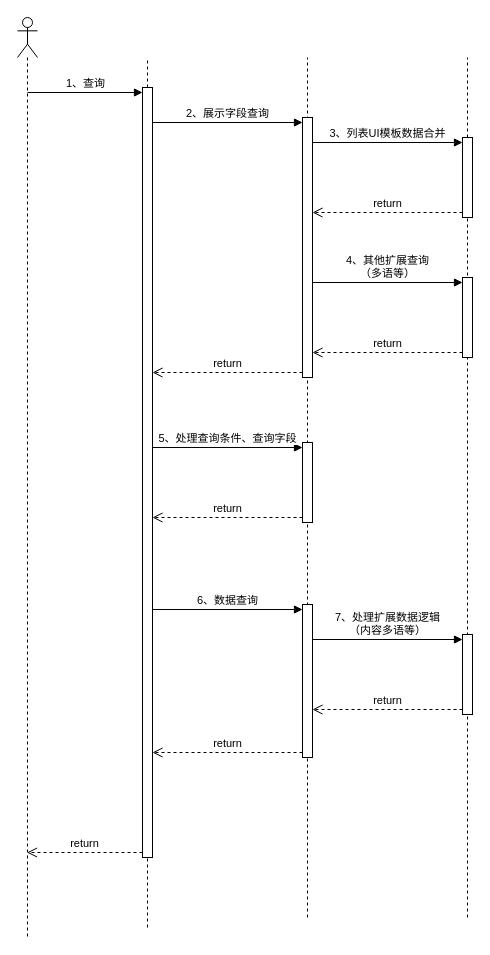
Earlier version of the draw.io diagram 架构图-数据-查询.drawio (Super-YYQ/drawIo). Source tidied: cells renumbered, new cells numbered last; positions are measured from the earlier drawing's top-left corner, leaving out a move shared by most shapes. Both pictures are drawn from the tidied source at 100%, with x=0, y=0 at pixel (17, 17).
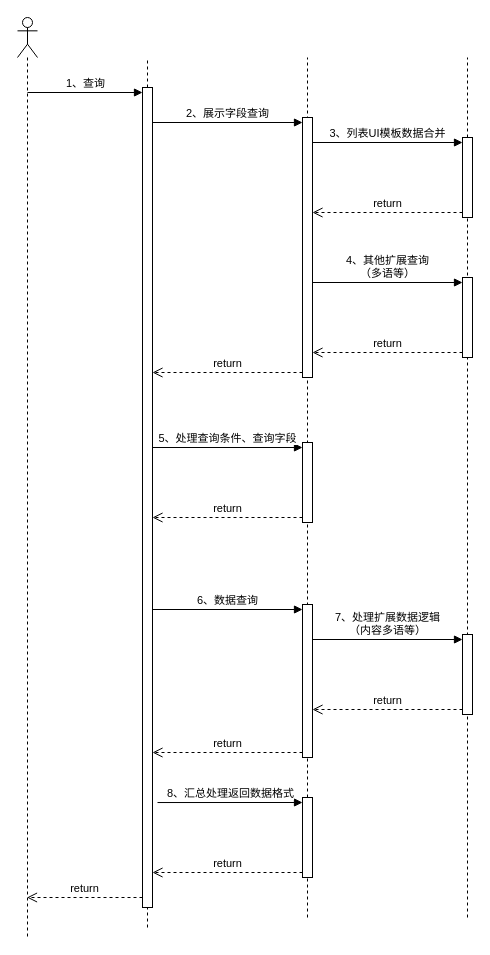
Above is the later version.

Commit message (it also covers changes not shown here):
更新架构图-数据-查询.drawio

Unchanged cells that the change refers to:
```xml
<mxCell id="2" style="shape=umlLifeline;perimeter=lifelinePerimeter;whiteSpace=wrap;html=1;outlineConnect=0;portConstraint=eastwest;newEdgeStyle={&quot;curved&quot;:0,&quot;rounded&quot;:0};participant=umlActor;" parent="1" vertex="1">
  <mxGeometry width="20" height="920" as="geometry" />
</mxCell>
```

What changed in the source:
```diff
@@
     <mxCell id="6" style="html=1;points=[[0,0,0,0,5],[0,1,0,0,-5],[1,0,0,0,5],[1,1,0,0,-5]];perimeter=orthogonalPerimeter;outlineConnect=0;targetShapes=umlLifeline;portConstraint=eastwest;newEdgeStyle={&quot;curved&quot;:0,&quot;rounded&quot;:0};" parent="1" vertex="1">
-      <mxGeometry x="125" y="70" width="10" height="770" as="geometry" />
+      <mxGeometry x="125" y="70" width="10" height="820" as="geometry" />
     </mxCell>
@@
-    <mxCell id="8" value="return" style="html=1;verticalAlign=bottom;endArrow=open;dashed=1;endSize=8;curved=0;rounded=0;exitX=0;exitY=1;exitDx=0;exitDy=-5;" parent="1" edge="1" source="6" target="2">
-      <mxGeometry relative="1" as="geometry" />
+    <mxCell id="8" value="return" style="html=1;verticalAlign=bottom;endArrow=open;dashed=1;endSize=8;curved=0;rounded=0;exitX=0;exitY=1;exitDx=0;exitDy=-5;" parent="1" edge="1">
+      <mxGeometry relative="1" as="geometry">
+        <mxPoint x="125" y="880" as="sourcePoint" />
+        <mxPoint x="9.5" y="880" as="targetPoint" />
+      </mxGeometry>
     </mxCell>
@@
+    <mxCell id="27" style="html=1;points=[[0,0,0,0,5],[0,1,0,0,-5],[1,0,0,0,5],[1,1,0,0,-5]];perimeter=orthogonalPerimeter;outlineConnect=0;targetShapes=umlLifeline;portConstraint=eastwest;newEdgeStyle={&quot;curved&quot;:0,&quot;rounded&quot;:0};" parent="1" vertex="1">
+      <mxGeometry x="285" y="780" width="10" height="80" as="geometry" />
+    </mxCell>
+    <mxCell id="28" value="8、汇总处理返回数据格式" style="html=1;verticalAlign=bottom;endArrow=block;curved=0;rounded=0;entryX=0;entryY=0;entryDx=0;entryDy=5;exitX=1.5;exitY=0.872;exitDx=0;exitDy=0;exitPerimeter=0;" parent="1" edge="1" source="6" target="27">
+      <mxGeometry relative="1" as="geometry" />
+    </mxCell>
+    <mxCell id="29" value="return" style="html=1;verticalAlign=bottom;endArrow=open;dashed=1;endSize=8;curved=0;rounded=0;exitX=0;exitY=1;exitDx=0;exitDy=-5;" parent="1" edge="1" source="27" target="6">
+      <mxGeometry relative="1" as="geometry" />
+    </mxCell>
```
